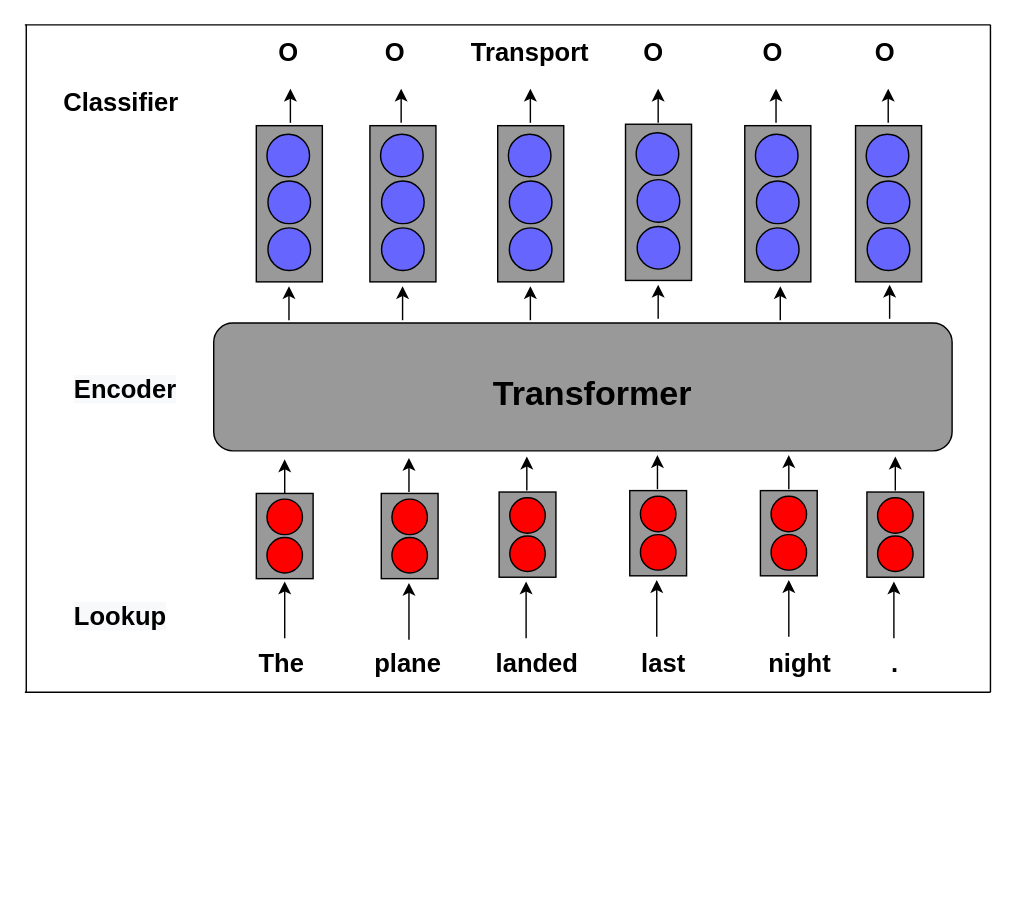
This is transformer network.drawio from gitofding/first_repository, a draw.io file, before an edit. Source tidied: cells renumbered, new cells numbered last; positions are measured from the earlier drawing's top-left corner, leaving out a move shared by most shapes. Both pictures are drawn from the tidied source at 142%, with x=0, y=0 at pixel (24, 24).
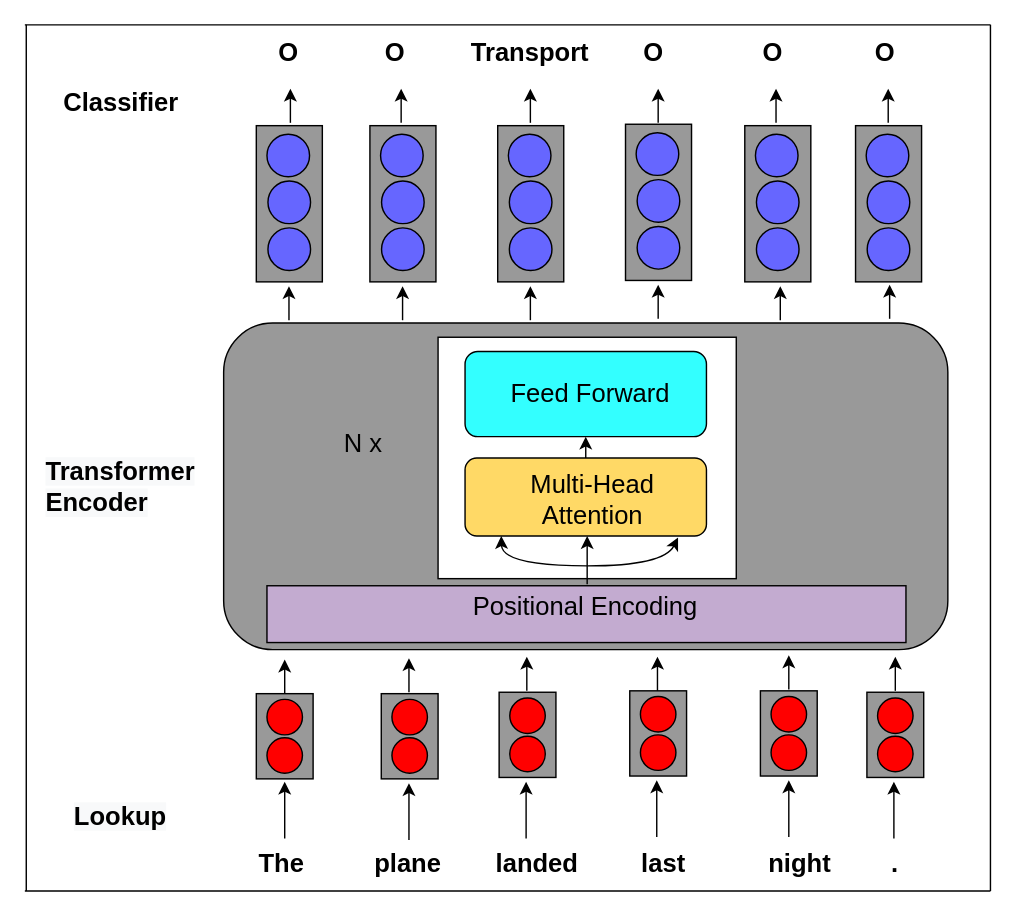
After the change.

Change to the diagram source:
```diff
@@
     <mxCell id="2" style="rounded=1;whiteSpace=wrap;html=1;fillColor=#999999;" parent="1" vertex="1">
-      <mxGeometry x="133" y="210" width="520" height="90" as="geometry" />
+      <mxGeometry x="140" y="210" width="510" height="230" as="geometry" />
     </mxCell>
     <mxCell id="3" style="rounded=0;whiteSpace=wrap;html=1;fillColor=#999999;" parent="1" vertex="1">
-      <mxGeometry x="163" y="330" width="40" height="60" as="geometry" />
+      <mxGeometry x="163" y="471" width="40" height="60" as="geometry" />
     </mxCell>
     <mxCell id="4" style="ellipse;whiteSpace=wrap;html=1;fillColor=#FF0000;" parent="1" vertex="1">
-      <mxGeometry x="170.5" y="361" width="25" height="25" as="geometry" />
+      <mxGeometry x="170.5" y="502" width="25" height="25" as="geometry" />
     </mxCell>
     <mxCell id="5" style="ellipse;whiteSpace=wrap;html=1;fillColor=#FF0000;" parent="1" vertex="1">
-      <mxGeometry x="170.5" y="334" width="25" height="25" as="geometry" />
+      <mxGeometry x="170.5" y="475" width="25" height="25" as="geometry" />
     </mxCell>
-    <mxCell id="6" value="&lt;font style=&quot;font-size: 24px&quot;&gt;&lt;b&gt;Transformer&lt;/b&gt;&lt;/font&gt;" style="text;html=1;strokeColor=none;fillColor=none;align=center;verticalAlign=middle;whiteSpace=wrap;rounded=0;" parent="1" vertex="1">
-      <mxGeometry x="329.5" y="250" width="140" height="20" as="geometry" />
-    </mxCell>
@@
     <mxCell id="31" style="rounded=0;whiteSpace=wrap;html=1;fillColor=#999999;" parent="1" vertex="1">
-      <mxGeometry x="251" y="330" width="40" height="60" as="geometry" />
+      <mxGeometry x="251" y="471" width="40" height="60" as="geometry" />
     </mxCell>
     <mxCell id="32" style="ellipse;whiteSpace=wrap;html=1;fillColor=#FF0000;" parent="1" vertex="1">
-      <mxGeometry x="258.5" y="361" width="25" height="25" as="geometry" />
+      <mxGeometry x="258.5" y="502" width="25" height="25" as="geometry" />
     </mxCell>
     <mxCell id="33" style="ellipse;whiteSpace=wrap;html=1;fillColor=#FF0000;" parent="1" vertex="1">
-      <mxGeometry x="258.5" y="334" width="25" height="25" as="geometry" />
+      <mxGeometry x="258.5" y="475" width="25" height="25" as="geometry" />
     </mxCell>
     <mxCell id="34" style="rounded=0;whiteSpace=wrap;html=1;fillColor=#999999;" parent="1" vertex="1">
-      <mxGeometry x="334" y="329" width="40" height="60" as="geometry" />
+      <mxGeometry x="334" y="470" width="40" height="60" as="geometry" />
     </mxCell>
     <mxCell id="35" style="ellipse;whiteSpace=wrap;html=1;fillColor=#FF0000;" parent="1" vertex="1">
-      <mxGeometry x="341.5" y="360" width="25" height="25" as="geometry" />
+      <mxGeometry x="341.5" y="501" width="25" height="25" as="geometry" />
     </mxCell>
     <mxCell id="36" style="ellipse;whiteSpace=wrap;html=1;fillColor=#FF0000;" parent="1" vertex="1">
-      <mxGeometry x="341.5" y="333" width="25" height="25" as="geometry" />
+      <mxGeometry x="341.5" y="474" width="25" height="25" as="geometry" />
     </mxCell>
     <mxCell id="37" style="rounded=0;whiteSpace=wrap;html=1;fillColor=#999999;" parent="1" vertex="1">
-      <mxGeometry x="426" y="328" width="40" height="60" as="geometry" />
+      <mxGeometry x="426" y="469" width="40" height="60" as="geometry" />
     </mxCell>
     <mxCell id="38" style="ellipse;whiteSpace=wrap;html=1;fillColor=#FF0000;" parent="1" vertex="1">
-      <mxGeometry x="433.5" y="359" width="25" height="25" as="geometry" />
+      <mxGeometry x="433.5" y="500" width="25" height="25" as="geometry" />
     </mxCell>
     <mxCell id="39" style="ellipse;whiteSpace=wrap;html=1;fillColor=#FF0000;" parent="1" vertex="1">
-      <mxGeometry x="433.5" y="332" width="25" height="25" as="geometry" />
+      <mxGeometry x="433.5" y="473" width="25" height="25" as="geometry" />
     </mxCell>
     <mxCell id="40" style="rounded=0;whiteSpace=wrap;html=1;fillColor=#999999;" parent="1" vertex="1">
-      <mxGeometry x="518" y="328" width="40" height="60" as="geometry" />
+      <mxGeometry x="518" y="469" width="40" height="60" as="geometry" />
     </mxCell>
     <mxCell id="41" style="ellipse;whiteSpace=wrap;html=1;fillColor=#FF0000;" parent="1" vertex="1">
-      <mxGeometry x="525.5" y="359" width="25" height="25" as="geometry" />
+      <mxGeometry x="525.5" y="500" width="25" height="25" as="geometry" />
     </mxCell>
     <mxCell id="42" style="ellipse;whiteSpace=wrap;html=1;fillColor=#FF0000;" parent="1" vertex="1">
-      <mxGeometry x="525.5" y="332" width="25" height="25" as="geometry" />
+      <mxGeometry x="525.5" y="473" width="25" height="25" as="geometry" />
     </mxCell>
     <mxCell id="43" style="rounded=0;whiteSpace=wrap;html=1;fillColor=#999999;" parent="1" vertex="1">
-      <mxGeometry x="593" y="329" width="40" height="60" as="geometry" />
+      <mxGeometry x="593" y="470" width="40" height="60" as="geometry" />
     </mxCell>
     <mxCell id="44" style="ellipse;whiteSpace=wrap;html=1;fillColor=#FF0000;" parent="1" vertex="1">
-      <mxGeometry x="600.5" y="360" width="25" height="25" as="geometry" />
+      <mxGeometry x="600.5" y="501" width="25" height="25" as="geometry" />
     </mxCell>
     <mxCell id="45" style="ellipse;whiteSpace=wrap;html=1;fillColor=#FF0000;" parent="1" vertex="1">
-      <mxGeometry x="600.5" y="333" width="25" height="25" as="geometry" />
+      <mxGeometry x="600.5" y="474" width="25" height="25" as="geometry" />
     </mxCell>
     <mxCell id="46" style="endArrow=classic;html=1;" parent="1" edge="1">
       <mxGeometry relative="1" as="geometry">
-        <mxPoint x="183" y="330" as="sourcePoint" />
-        <mxPoint x="183" y="306" as="targetPoint" />
+        <mxPoint x="183" y="471" as="sourcePoint" />
+        <mxPoint x="183" y="447" as="targetPoint" />
       </mxGeometry>
     </mxCell>
     <mxCell id="47" style="endArrow=classic;html=1;" parent="1" edge="1">
       <mxGeometry relative="1" as="geometry">
-        <mxPoint x="183" y="432" as="sourcePoint" />
-        <mxPoint x="183" y="392" as="targetPoint" />
+        <mxPoint x="183" y="573" as="sourcePoint" />
+        <mxPoint x="183" y="533" as="targetPoint" />
       </mxGeometry>
     </mxCell>
     <mxCell id="48" style="endArrow=classic;html=1;" parent="1" edge="1">
       <mxGeometry relative="1" as="geometry">
-        <mxPoint x="270.5" y="329" as="sourcePoint" />
-        <mxPoint x="270.5" y="305" as="targetPoint" />
+        <mxPoint x="270.5" y="470" as="sourcePoint" />
+        <mxPoint x="270.5" y="446" as="targetPoint" />
       </mxGeometry>
     </mxCell>
     <mxCell id="49" style="endArrow=classic;html=1;" parent="1" edge="1">
       <mxGeometry relative="1" as="geometry">
-        <mxPoint x="353.5" y="328" as="sourcePoint" />
-        <mxPoint x="353.5" y="304" as="targetPoint" />
+        <mxPoint x="353.5" y="469" as="sourcePoint" />
+        <mxPoint x="353.5" y="445" as="targetPoint" />
       </mxGeometry>
     </mxCell>
     <mxCell id="50" style="endArrow=classic;html=1;" parent="1" edge="1">
       <mxGeometry relative="1" as="geometry">
-        <mxPoint x="445.5" y="327" as="sourcePoint" />
-        <mxPoint x="445.5" y="303" as="targetPoint" />
+        <mxPoint x="445.5" y="469" as="sourcePoint" />
+        <mxPoint x="445.5" y="445" as="targetPoint" />
       </mxGeometry>
     </mxCell>
     <mxCell id="51" style="endArrow=classic;html=1;" parent="1" edge="1">
       <mxGeometry relative="1" as="geometry">
-        <mxPoint x="538" y="327" as="sourcePoint" />
-        <mxPoint x="538" y="303" as="targetPoint" />
+        <mxPoint x="538" y="468" as="sourcePoint" />
+        <mxPoint x="538" y="444" as="targetPoint" />
       </mxGeometry>
     </mxCell>
     <mxCell id="52" style="endArrow=classic;html=1;" parent="1" edge="1">
       <mxGeometry relative="1" as="geometry">
-        <mxPoint x="613" y="328" as="sourcePoint" />
-        <mxPoint x="613" y="304" as="targetPoint" />
+        <mxPoint x="613" y="469" as="sourcePoint" />
+        <mxPoint x="613" y="445" as="targetPoint" />
       </mxGeometry>
     </mxCell>
@@
     <mxCell id="59" style="endArrow=classic;html=1;" parent="1" edge="1">
       <mxGeometry relative="1" as="geometry">
-        <mxPoint x="270.5" y="433" as="sourcePoint" />
-        <mxPoint x="270.5" y="393" as="targetPoint" />
+        <mxPoint x="270.5" y="574" as="sourcePoint" />
+        <mxPoint x="270.5" y="534" as="targetPoint" />
       </mxGeometry>
     </mxCell>
     <mxCell id="60" style="endArrow=classic;html=1;" parent="1" edge="1">
       <mxGeometry relative="1" as="geometry">
-        <mxPoint x="353" y="432" as="sourcePoint" />
-        <mxPoint x="353" y="392" as="targetPoint" />
+        <mxPoint x="353" y="573" as="sourcePoint" />
+        <mxPoint x="353" y="533" as="targetPoint" />
       </mxGeometry>
     </mxCell>
     <mxCell id="61" style="endArrow=classic;html=1;" parent="1" edge="1">
       <mxGeometry relative="1" as="geometry">
-        <mxPoint x="445" y="431" as="sourcePoint" />
-        <mxPoint x="445" y="391" as="targetPoint" />
+        <mxPoint x="445" y="572" as="sourcePoint" />
+        <mxPoint x="445" y="532" as="targetPoint" />
       </mxGeometry>
     </mxCell>
     <mxCell id="62" style="endArrow=classic;html=1;" parent="1" edge="1">
       <mxGeometry relative="1" as="geometry">
-        <mxPoint x="612" y="432" as="sourcePoint" />
-        <mxPoint x="612" y="392" as="targetPoint" />
+        <mxPoint x="612" y="573" as="sourcePoint" />
+        <mxPoint x="612" y="533" as="targetPoint" />
       </mxGeometry>
     </mxCell>
     <mxCell id="63" style="endArrow=classic;html=1;" parent="1" edge="1">
       <mxGeometry relative="1" as="geometry">
-        <mxPoint x="538" y="431" as="sourcePoint" />
-        <mxPoint x="538" y="391" as="targetPoint" />
+        <mxPoint x="538" y="572" as="sourcePoint" />
+        <mxPoint x="538" y="532" as="targetPoint" />
       </mxGeometry>
     </mxCell>
@@
-    <mxCell id="71" value="&lt;b style=&quot;color: rgb(0 , 0 , 0) ; font-family: &amp;#34;helvetica&amp;#34; ; font-size: 18px ; font-style: normal ; letter-spacing: normal ; text-align: center ; text-indent: 0px ; text-transform: none ; word-spacing: 0px ; background-color: rgb(248 , 249 , 250)&quot;&gt;Encoder&lt;/b&gt;" style="text;whiteSpace=wrap;html=1;" parent="1" vertex="1">
-      <mxGeometry x="33" y="240" width="80" height="30" as="geometry" />
+    <mxCell id="71" value="&lt;b style=&quot;color: rgb(0 , 0 , 0) ; font-family: &amp;#34;helvetica&amp;#34; ; font-size: 18px ; font-style: normal ; letter-spacing: normal ; text-align: center ; text-indent: 0px ; text-transform: none ; word-spacing: 0px ; background-color: rgb(248 , 249 , 250)&quot;&gt;Transformer Encoder&lt;/b&gt;" style="text;whiteSpace=wrap;html=1;" parent="1" vertex="1">
+      <mxGeometry x="13" y="297.5" width="120" height="75" as="geometry" />
     </mxCell>
     <mxCell id="72" value="&lt;b style=&quot;color: rgb(0 , 0 , 0) ; font-family: &amp;#34;helvetica&amp;#34; ; font-size: 18px ; font-style: normal ; letter-spacing: normal ; text-align: center ; text-indent: 0px ; text-transform: none ; word-spacing: 0px ; background-color: rgb(248 , 249 , 250)&quot;&gt;Lookup&lt;/b&gt;" style="text;whiteSpace=wrap;html=1;" parent="1" vertex="1">
-      <mxGeometry x="33" y="400" width="110" height="30" as="geometry" />
+      <mxGeometry x="33" y="541" width="110" height="30" as="geometry" />
     </mxCell>
@@
     <mxCell id="79" value="&lt;font style=&quot;font-size: 18px&quot;&gt;&lt;b&gt;The&lt;/b&gt;&lt;/font&gt;" style="text;html=1;strokeColor=none;fillColor=none;align=center;verticalAlign=middle;whiteSpace=wrap;rounded=0;" parent="1" vertex="1">
-      <mxGeometry x="161.2" y="440" width="40" height="20" as="geometry" />
+      <mxGeometry x="161.2" y="581" width="40" height="20" as="geometry" />
     </mxCell>
     <mxCell id="80" value="&lt;font style=&quot;font-size: 18px&quot;&gt;&lt;b&gt;plane&lt;/b&gt;&lt;/font&gt;" style="text;html=1;strokeColor=none;fillColor=none;align=center;verticalAlign=middle;whiteSpace=wrap;rounded=0;" parent="1" vertex="1">
-      <mxGeometry x="249.5" y="440" width="40" height="20" as="geometry" />
+      <mxGeometry x="249.5" y="581" width="40" height="20" as="geometry" />
     </mxCell>
     <mxCell id="81" value="&lt;font style=&quot;font-size: 18px&quot;&gt;&lt;b&gt;landed&lt;/b&gt;&lt;/font&gt;" style="text;html=1;strokeColor=none;fillColor=none;align=center;verticalAlign=middle;whiteSpace=wrap;rounded=0;" parent="1" vertex="1">
-      <mxGeometry x="341.2" y="440" width="40" height="20" as="geometry" />
+      <mxGeometry x="341.2" y="581" width="40" height="20" as="geometry" />
     </mxCell>
     <mxCell id="82" value="&lt;font style=&quot;font-size: 18px&quot;&gt;&lt;b&gt;last&lt;/b&gt;&lt;/font&gt;" style="text;html=1;strokeColor=none;fillColor=none;align=center;verticalAlign=middle;whiteSpace=wrap;rounded=0;" parent="1" vertex="1">
-      <mxGeometry x="429.5" y="440" width="40" height="20" as="geometry" />
+      <mxGeometry x="429.5" y="581" width="40" height="20" as="geometry" />
     </mxCell>
     <mxCell id="83" value="&lt;font style=&quot;font-size: 18px&quot;&gt;&lt;b&gt;night&lt;/b&gt;&lt;/font&gt;" style="text;html=1;strokeColor=none;fillColor=none;align=center;verticalAlign=middle;whiteSpace=wrap;rounded=0;" parent="1" vertex="1">
-      <mxGeometry x="525.5" y="440" width="40" height="20" as="geometry" />
+      <mxGeometry x="525.5" y="581" width="40" height="20" as="geometry" />
     </mxCell>
     <mxCell id="84" value="&lt;font style=&quot;font-size: 18px&quot;&gt;&lt;b&gt;.&lt;/b&gt;&lt;/font&gt;" style="text;html=1;strokeColor=none;fillColor=none;align=center;verticalAlign=middle;whiteSpace=wrap;rounded=0;" parent="1" vertex="1">
-      <mxGeometry x="592.5" y="440" width="40" height="20" as="geometry" />
+      <mxGeometry x="592.5" y="581" width="40" height="20" as="geometry" />
     </mxCell>
     <mxCell id="85" style="endArrow=none;html=1;" parent="1" edge="1">
       <mxGeometry relative="1" as="geometry">
-        <mxPoint x="680" y="470" as="sourcePoint" />
+        <mxPoint x="680" y="610" as="sourcePoint" />
         <mxPoint x="680" as="targetPoint" />
       </mxGeometry>
     </mxCell>
-    <mxCell id="86" style="endArrow=none;html=1;" parent="1" edge="1">
-      <mxGeometry relative="1" as="geometry">
-        <mxPoint y="470" as="sourcePoint" />
-        <mxPoint x="680" y="470" as="targetPoint" />
-      </mxGeometry>
-    </mxCell>
     <mxCell id="87" style="endArrow=none;html=1;" parent="1" edge="1">
       <mxGeometry relative="1" as="geometry">
-        <mxPoint x="1" y="470" as="sourcePoint" />
+        <mxPoint x="1" y="610" as="sourcePoint" />
         <mxPoint x="1" as="targetPoint" />
       </mxGeometry>
     </mxCell>
@@
+    <mxCell id="89" style="rounded=0;whiteSpace=wrap;html=1;fillColor=#C3ABD0;" parent="1" vertex="1">
+      <mxGeometry x="170.5" y="395" width="450" height="40" as="geometry" />
+    </mxCell>
+    <mxCell id="90" value="&lt;font style=&quot;font-size: 18px&quot;&gt;Positional Encoding&lt;/font&gt;" style="text;html=1;strokeColor=none;fillColor=none;align=center;verticalAlign=middle;whiteSpace=wrap;rounded=0;" parent="1" vertex="1">
+      <mxGeometry x="280" y="400" width="230" height="20" as="geometry" />
+    </mxCell>
+    <mxCell id="91" style="rounded=0;whiteSpace=wrap;html=1;" parent="1" vertex="1">
+      <mxGeometry x="291" y="220" width="210" height="170" as="geometry" />
+    </mxCell>
+    <mxCell id="92" value="&lt;font style=&quot;font-size: 18px&quot;&gt;N x&lt;/font&gt;" style="text;html=1;strokeColor=none;fillColor=none;align=center;verticalAlign=middle;whiteSpace=wrap;rounded=0;" parent="1" vertex="1">
+      <mxGeometry x="207.2" y="285" width="62.8" height="20" as="geometry" />
+    </mxCell>
+    <mxCell id="93" style="rounded=1;whiteSpace=wrap;html=1;fillColor=#33FFFF;" parent="1" vertex="1">
+      <mxGeometry x="310" y="230" width="170" height="60" as="geometry" />
+    </mxCell>
+    <mxCell id="94" style="rounded=1;whiteSpace=wrap;html=1;fillColor=#FFD966;" parent="1" vertex="1">
+      <mxGeometry x="310" y="305" width="170" height="55" as="geometry" />
+    </mxCell>
+    <mxCell id="95" value="&lt;font style=&quot;font-size: 18px&quot;&gt;Feed Forward&lt;/font&gt;" style="text;html=1;strokeColor=none;fillColor=none;align=center;verticalAlign=middle;whiteSpace=wrap;rounded=0;" parent="1" vertex="1">
+      <mxGeometry x="337" y="250" width="123" height="20" as="geometry" />
+    </mxCell>
+    <mxCell id="96" value="&lt;font style=&quot;font-size: 18px&quot;&gt;Multi-Head Attention&lt;/font&gt;" style="text;html=1;strokeColor=none;fillColor=none;align=center;verticalAlign=middle;whiteSpace=wrap;rounded=0;" parent="1" vertex="1">
+      <mxGeometry x="330" y="325" width="140" height="20" as="geometry" />
+    </mxCell>
+    <mxCell id="97" style="endArrow=none;html=1;" parent="1" edge="1">
+      <mxGeometry relative="1" as="geometry">
+        <mxPoint y="610" as="sourcePoint" />
+        <mxPoint x="680" y="610" as="targetPoint" />
+      </mxGeometry>
+    </mxCell>
+    <mxCell id="98" style="endArrow=classic;html=1;entryX=0.5;entryY=1;entryDx=0;entryDy=0;exitX=0.5;exitY=0;exitDx=0;exitDy=0;" parent="1" edge="1" source="94" target="93">
+      <mxGeometry relative="1" as="geometry" />
+    </mxCell>
+    <mxCell id="99" style="endArrow=classic;html=1;" parent="1" edge="1">
+      <mxGeometry relative="1" as="geometry">
+        <mxPoint x="396" y="394" as="sourcePoint" />
+        <mxPoint x="396" y="360" as="targetPoint" />
+      </mxGeometry>
+    </mxCell>
+    <mxCell id="100" style="curved=1;endArrow=classic;html=1;entryX=0.212;entryY=0.993;entryDx=0;entryDy=0;entryPerimeter=0;" parent="1" edge="1">
+      <mxGeometry relative="1" as="geometry">
+        <mxPoint x="396" y="381" as="sourcePoint" />
+        <mxPoint x="335.5" y="360" as="targetPoint" />
+        <Array as="points">
+          <mxPoint x="336" y="381" />
+        </Array>
+      </mxGeometry>
+    </mxCell>
+    <mxCell id="101" style="curved=1;endArrow=classic;html=1;entryX=0.805;entryY=1;entryDx=0;entryDy=0;entryPerimeter=0;" parent="1" edge="1">
+      <mxGeometry relative="1" as="geometry">
+        <mxPoint x="396" y="381" as="sourcePoint" />
+        <mxPoint x="460" y="361" as="targetPoint" />
+        <Array as="points">
+          <mxPoint x="450" y="381" />
+        </Array>
+      </mxGeometry>
+    </mxCell>
```
